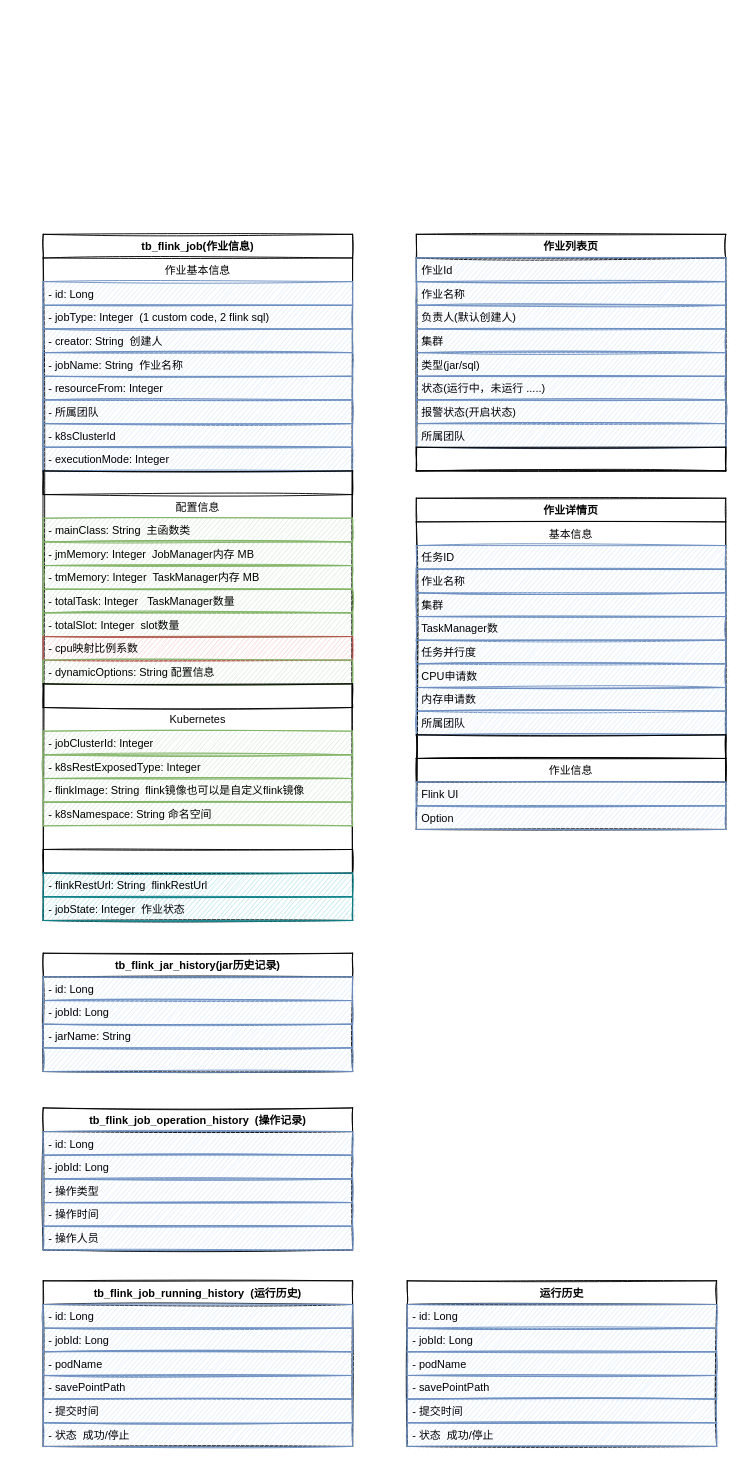
Earlier version of the draw.io diagram page "表结构" (1 of 4) of Drawio/Flink平台建设.drawio (xinzhuxiansheng/blog-notes). Source tidied: cells renumbered, new cells numbered last; positions are measured from the earlier drawing's top-left corner, leaving out a move shared by most shapes. Both pictures are drawn from the tidied source at 91%, with x=0, y=0 at pixel (43, 234).
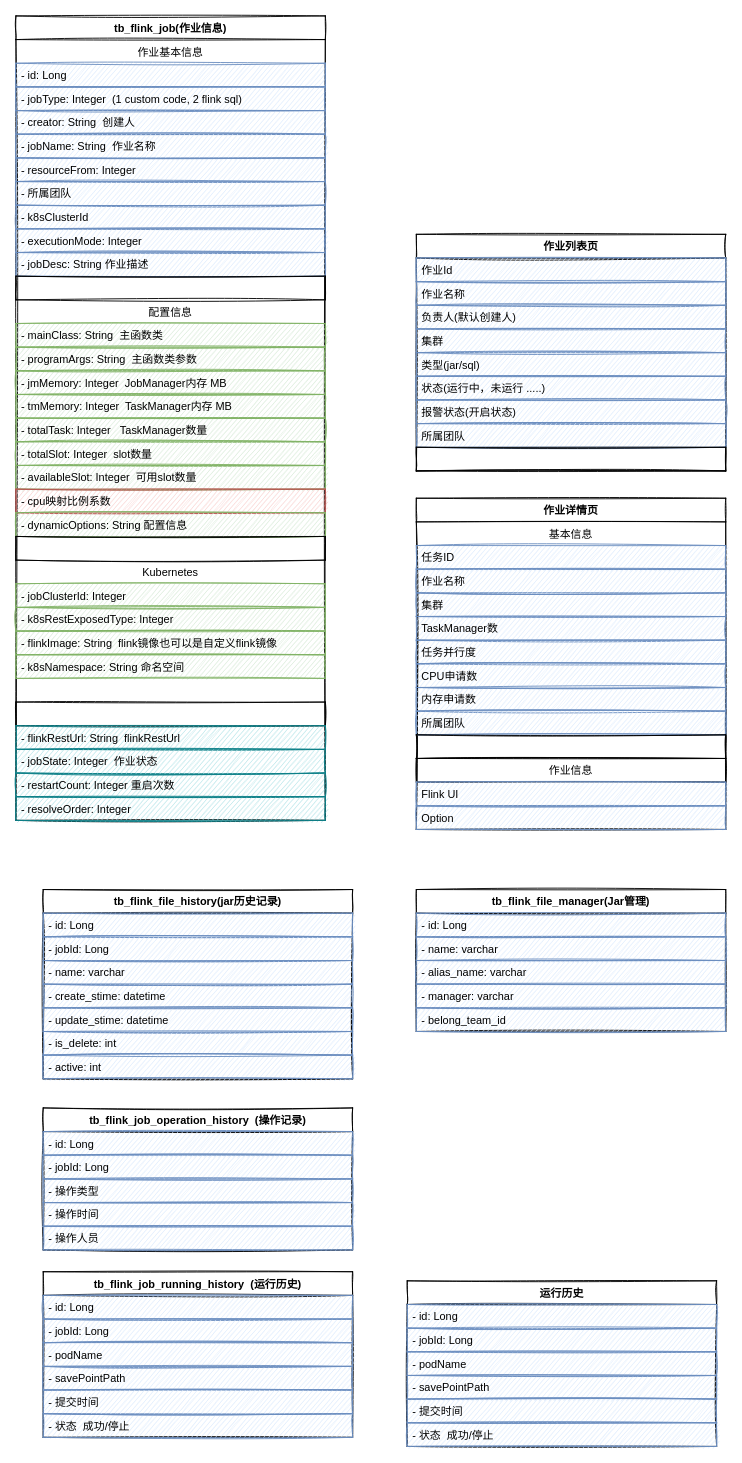
Above is the later version.

Diff of the diagram source:
```diff
@@
     <mxCell id="2" value="tb_flink_job(作业信息)" style="swimlane;fontStyle=1;align=center;verticalAlign=top;horizontal=1;startSize=26;sketch=1;" parent="1" vertex="1">
-      <mxGeometry width="340" height="754" as="geometry" />
+      <mxGeometry x="-30" y="-240" width="340" height="884" as="geometry" />
     </mxCell>
@@
+    <mxCell id="80" value="- jobDesc: String 作业描述" style="text;strokeColor=#6c8ebf;fillColor=#dae8fc;align=left;verticalAlign=top;spacingLeft=4;spacingRight=4;overflow=hidden;sketch=1;" parent="2" vertex="1">
+      <mxGeometry y="260" width="340" height="26" as="geometry" />
+    </mxCell>
     <mxCell id="12" value="    " style="text;strokeColor=default;fillColor=none;align=left;verticalAlign=top;spacingLeft=4;spacingRight=4;overflow=hidden;sketch=1;" parent="2" vertex="1">
-      <mxGeometry y="260" width="340" height="26" as="geometry" />
+      <mxGeometry y="286" width="340" height="26" as="geometry" />
     </mxCell>
     <mxCell id="13" value="配置信息" style="text;strokeColor=none;fillColor=none;align=center;verticalAlign=top;spacingLeft=4;spacingRight=4;overflow=hidden;sketch=1;" parent="2" vertex="1">
-      <mxGeometry y="286" width="340" height="26" as="geometry" />
+      <mxGeometry y="312" width="340" height="26" as="geometry" />
     </mxCell>
     <mxCell id="14" value="- mainClass: String  主函数类" style="text;strokeColor=#82b366;fillColor=#d5e8d4;align=left;verticalAlign=top;spacingLeft=4;spacingRight=4;overflow=hidden;sketch=1;" parent="2" vertex="1">
-      <mxGeometry y="312" width="340" height="26" as="geometry" />
+      <mxGeometry y="338" width="340" height="26" as="geometry" />
     </mxCell>
+    <mxCell id="81" value="- programArgs: String  主函数类参数" style="text;strokeColor=#82b366;fillColor=#d5e8d4;align=left;verticalAlign=top;spacingLeft=4;spacingRight=4;overflow=hidden;sketch=1;" parent="2" vertex="1">
+      <mxGeometry y="364" width="340" height="26" as="geometry" />
+    </mxCell>
     <mxCell id="15" value="- jmMemory: Integer  JobManager内存 MB" style="text;strokeColor=#82b366;fillColor=#d5e8d4;align=left;verticalAlign=top;spacingLeft=4;spacingRight=4;overflow=hidden;sketch=1;" parent="2" vertex="1">
-      <mxGeometry y="338" width="340" height="26" as="geometry" />
+      <mxGeometry y="390" width="340" height="26" as="geometry" />
     </mxCell>
     <mxCell id="16" value="- tmMemory: Integer  TaskManager内存 MB" style="text;strokeColor=#82b366;fillColor=#d5e8d4;align=left;verticalAlign=top;spacingLeft=4;spacingRight=4;overflow=hidden;sketch=1;" parent="2" vertex="1">
-      <mxGeometry y="364" width="340" height="26" as="geometry" />
+      <mxGeometry y="416" width="340" height="26" as="geometry" />
     </mxCell>
     <mxCell id="17" value="- totalTask: Integer   TaskManager数量" style="text;strokeColor=#82b366;fillColor=#d5e8d4;align=left;verticalAlign=top;spacingLeft=4;spacingRight=4;overflow=hidden;sketch=1;" parent="2" vertex="1">
-      <mxGeometry y="390" width="340" height="26" as="geometry" />
+      <mxGeometry y="442" width="340" height="26" as="geometry" />
     </mxCell>
     <mxCell id="18" value="- totalSlot: Integer  slot数量" style="text;strokeColor=#82b366;fillColor=#d5e8d4;align=left;verticalAlign=top;spacingLeft=4;spacingRight=4;overflow=hidden;sketch=1;" parent="2" vertex="1">
-      <mxGeometry y="416" width="340" height="26" as="geometry" />
+      <mxGeometry y="468" width="340" height="26" as="geometry" />
     </mxCell>
+    <mxCell id="82" value="- availableSlot: Integer  可用slot数量" style="text;strokeColor=#82b366;fillColor=#d5e8d4;align=left;verticalAlign=top;spacingLeft=4;spacingRight=4;overflow=hidden;sketch=1;" parent="2" vertex="1">
+      <mxGeometry y="494" width="340" height="26" as="geometry" />
+    </mxCell>
     <mxCell id="19" value="- cpu映射比例系数" style="text;strokeColor=#b85450;fillColor=#f8cecc;align=left;verticalAlign=top;spacingLeft=4;spacingRight=4;overflow=hidden;sketch=1;" parent="2" vertex="1">
-      <mxGeometry y="442" width="340" height="26" as="geometry" />
+      <mxGeometry y="520" width="340" height="26" as="geometry" />
     </mxCell>
     <mxCell id="20" value="- dynamicOptions: String 配置信息" style="text;strokeColor=#82b366;fillColor=#d5e8d4;align=left;verticalAlign=top;spacingLeft=4;spacingRight=4;overflow=hidden;sketch=1;" parent="2" vertex="1">
-      <mxGeometry y="468" width="340" height="26" as="geometry" />
+      <mxGeometry y="546" width="340" height="26" as="geometry" />
     </mxCell>
     <mxCell id="21" value="    " style="text;strokeColor=default;fillColor=none;align=left;verticalAlign=top;spacingLeft=4;spacingRight=4;overflow=hidden;sketch=1;" parent="2" vertex="1">
-      <mxGeometry y="494" width="340" height="26" as="geometry" />
+      <mxGeometry y="572" width="340" height="26" as="geometry" />
     </mxCell>
     <mxCell id="22" value="Kubernetes" style="text;strokeColor=none;fillColor=none;align=center;verticalAlign=top;spacingLeft=4;spacingRight=4;overflow=hidden;sketch=1;" parent="2" vertex="1">
-      <mxGeometry y="520" width="340" height="26" as="geometry" />
+      <mxGeometry y="598" width="340" height="26" as="geometry" />
     </mxCell>
     <mxCell id="23" value="- jobClusterId: Integer" style="text;strokeColor=#82b366;fillColor=#d5e8d4;align=left;verticalAlign=top;spacingLeft=4;spacingRight=4;overflow=hidden;sketch=1;" parent="2" vertex="1">
-      <mxGeometry y="546" width="340" height="26" as="geometry" />
+      <mxGeometry y="624" width="340" height="26" as="geometry" />
     </mxCell>
     <mxCell id="24" value="- k8sRestExposedType: Integer" style="text;strokeColor=#82b366;fillColor=#d5e8d4;align=left;verticalAlign=top;spacingLeft=4;spacingRight=4;overflow=hidden;sketch=1;" parent="2" vertex="1">
-      <mxGeometry y="572" width="340" height="26" as="geometry" />
+      <mxGeometry y="650" width="340" height="26" as="geometry" />
     </mxCell>
     <mxCell id="25" value="- flinkImage: String  flink镜像也可以是自定义flink镜像" style="text;strokeColor=#82b366;fillColor=#d5e8d4;align=left;verticalAlign=top;spacingLeft=4;spacingRight=4;overflow=hidden;sketch=1;" parent="2" vertex="1">
-      <mxGeometry y="598" width="340" height="26" as="geometry" />
+      <mxGeometry y="676" width="340" height="26" as="geometry" />
     </mxCell>
     <mxCell id="26" value="- k8sNamespace: String 命名空间" style="text;strokeColor=#82b366;fillColor=#d5e8d4;align=left;verticalAlign=top;spacingLeft=4;spacingRight=4;overflow=hidden;sketch=1;" parent="2" vertex="1">
-      <mxGeometry y="624" width="340" height="26" as="geometry" />
+      <mxGeometry y="702" width="340" height="26" as="geometry" />
     </mxCell>
     <mxCell id="27" value="   " style="text;strokeColor=none;fillColor=none;align=left;verticalAlign=top;spacingLeft=4;spacingRight=4;overflow=hidden;sketch=1;" parent="2" vertex="1">
-      <mxGeometry y="650" width="340" height="26" as="geometry" />
+      <mxGeometry y="728" width="340" height="26" as="geometry" />
     </mxCell>
     <mxCell id="28" value="    " style="text;strokeColor=default;fillColor=none;align=left;verticalAlign=top;spacingLeft=4;spacingRight=4;overflow=hidden;sketch=1;" parent="2" vertex="1">
-      <mxGeometry y="676" width="340" height="26" as="geometry" />
+      <mxGeometry y="754" width="340" height="26" as="geometry" />
     </mxCell>
     <mxCell id="29" value="- flinkRestUrl: String  flinkRestUrl" style="text;strokeColor=#0e8088;fillColor=#b0e3e6;align=left;verticalAlign=top;spacingLeft=4;spacingRight=4;overflow=hidden;sketch=1;" parent="2" vertex="1">
-      <mxGeometry y="702" width="340" height="26" as="geometry" />
+      <mxGeometry y="780" width="340" height="26" as="geometry" />
     </mxCell>
+    <mxCell id="83" value="- jobState: Integer  作业状态" style="text;strokeColor=#0e8088;fillColor=#b0e3e6;align=left;verticalAlign=top;spacingLeft=4;spacingRight=4;overflow=hidden;sketch=1;" parent="2" vertex="1">
+      <mxGeometry y="806" width="340" height="26" as="geometry" />
+    </mxCell>
+    <mxCell id="84" value="- restartCount: Integer 重启次数" style="text;strokeColor=#0e8088;fillColor=#b0e3e6;align=left;verticalAlign=top;spacingLeft=4;spacingRight=4;overflow=hidden;sketch=1;" parent="2" vertex="1">
+      <mxGeometry y="832" width="340" height="26" as="geometry" />
+    </mxCell>
-    <mxCell id="30" value="- jobState: Integer  作业状态" style="text;strokeColor=#0e8088;fillColor=#b0e3e6;align=left;verticalAlign=top;spacingLeft=4;spacingRight=4;overflow=hidden;sketch=1;" parent="2" vertex="1">
-      <mxGeometry y="728" width="340" height="26" as="geometry" />
+    <mxCell id="30" value="- resolveOrder: Integer " style="text;strokeColor=#0e8088;fillColor=#b0e3e6;align=left;verticalAlign=top;spacingLeft=4;spacingRight=4;overflow=hidden;sketch=1;" parent="2" vertex="1">
+      <mxGeometry y="858" width="340" height="26" as="geometry" />
     </mxCell>
@@
-    <mxCell id="55" value="tb_flink_jar_history(jar历史记录)" style="swimlane;fontStyle=1;align=center;verticalAlign=top;horizontal=1;startSize=26;sketch=1;" parent="1" vertex="1">
-      <mxGeometry y="790" width="340" height="130" as="geometry" />
+    <mxCell id="55" value="tb_flink_file_history(jar历史记录)" style="swimlane;fontStyle=1;align=center;verticalAlign=top;horizontal=1;startSize=26;sketch=1;" parent="1" vertex="1">
+      <mxGeometry y="720" width="340" height="208" as="geometry" />
     </mxCell>
@@
-    <mxCell id="58" value="- jarName: String" style="text;strokeColor=#6c8ebf;fillColor=#dae8fc;align=left;verticalAlign=top;spacingLeft=4;spacingRight=4;overflow=hidden;sketch=1;" parent="55" vertex="1">
+    <mxCell id="58" value="- name: varchar" style="text;strokeColor=#6c8ebf;fillColor=#dae8fc;align=left;verticalAlign=top;spacingLeft=4;spacingRight=4;overflow=hidden;sketch=1;" parent="55" vertex="1">
       <mxGeometry y="78" width="340" height="26" as="geometry" />
     </mxCell>
-    <mxCell id="59" style="text;strokeColor=#6c8ebf;fillColor=#dae8fc;align=left;verticalAlign=top;spacingLeft=4;spacingRight=4;overflow=hidden;sketch=1;" parent="55" vertex="1">
+    <mxCell id="59" value="- create_stime: datetime" style="text;strokeColor=#6c8ebf;fillColor=#dae8fc;align=left;verticalAlign=top;spacingLeft=4;spacingRight=4;overflow=hidden;sketch=1;" parent="55" vertex="1">
       <mxGeometry y="104" width="340" height="26" as="geometry" />
     </mxCell>
+    <mxCell id="85" value="- update_stime: datetime" style="text;strokeColor=#6c8ebf;fillColor=#dae8fc;align=left;verticalAlign=top;spacingLeft=4;spacingRight=4;overflow=hidden;sketch=1;" parent="55" vertex="1">
+      <mxGeometry y="130" width="340" height="26" as="geometry" />
+    </mxCell>
+    <mxCell id="86" value="- is_delete: int" style="text;strokeColor=#6c8ebf;fillColor=#dae8fc;align=left;verticalAlign=top;spacingLeft=4;spacingRight=4;overflow=hidden;sketch=1;" parent="55" vertex="1">
+      <mxGeometry y="156" width="340" height="26" as="geometry" />
+    </mxCell>
+    <mxCell id="87" value="- active: int" style="text;strokeColor=#6c8ebf;fillColor=#dae8fc;align=left;verticalAlign=top;spacingLeft=4;spacingRight=4;overflow=hidden;sketch=1;" parent="55" vertex="1">
+      <mxGeometry y="182" width="340" height="26" as="geometry" />
+    </mxCell>
@@
     <mxCell id="66" value="tb_flink_job_running_history  (运行历史)" style="swimlane;fontStyle=1;align=center;verticalAlign=top;horizontal=1;startSize=26;sketch=1;" parent="1" vertex="1">
-      <mxGeometry y="1150" width="340" height="182" as="geometry" />
+      <mxGeometry y="1140" width="340" height="182" as="geometry" />
     </mxCell>
@@
+    <mxCell id="88" value="tb_flink_file_manager(Jar管理)" style="swimlane;fontStyle=1;align=center;verticalAlign=top;horizontal=1;startSize=26;sketch=1;" parent="1" vertex="1">
+      <mxGeometry x="410" y="720" width="340" height="156" as="geometry" />
+    </mxCell>
+    <mxCell id="89" value="- id: Long" style="text;strokeColor=#6c8ebf;fillColor=#dae8fc;align=left;verticalAlign=top;spacingLeft=4;spacingRight=4;overflow=hidden;sketch=1;" parent="88" vertex="1">
+      <mxGeometry y="26" width="340" height="26" as="geometry" />
+    </mxCell>
+    <mxCell id="90" value="- name: varchar" style="text;strokeColor=#6c8ebf;fillColor=#dae8fc;align=left;verticalAlign=top;spacingLeft=4;spacingRight=4;overflow=hidden;sketch=1;" parent="88" vertex="1">
+      <mxGeometry y="52" width="340" height="26" as="geometry" />
+    </mxCell>
+    <mxCell id="91" value="- alias_name: varchar" style="text;strokeColor=#6c8ebf;fillColor=#dae8fc;align=left;verticalAlign=top;spacingLeft=4;spacingRight=4;overflow=hidden;sketch=1;" parent="88" vertex="1">
+      <mxGeometry y="78" width="340" height="26" as="geometry" />
+    </mxCell>
+    <mxCell id="92" value="- manager: varchar" style="text;strokeColor=#6c8ebf;fillColor=#dae8fc;align=left;verticalAlign=top;spacingLeft=4;spacingRight=4;overflow=hidden;sketch=1;" parent="88" vertex="1">
+      <mxGeometry y="104" width="340" height="26" as="geometry" />
+    </mxCell>
+    <mxCell id="93" value="- belong_team_id" style="text;strokeColor=#6c8ebf;fillColor=#dae8fc;align=left;verticalAlign=top;spacingLeft=4;spacingRight=4;overflow=hidden;sketch=1;" parent="88" vertex="1">
+      <mxGeometry y="130" width="340" height="26" as="geometry" />
+    </mxCell>
```
